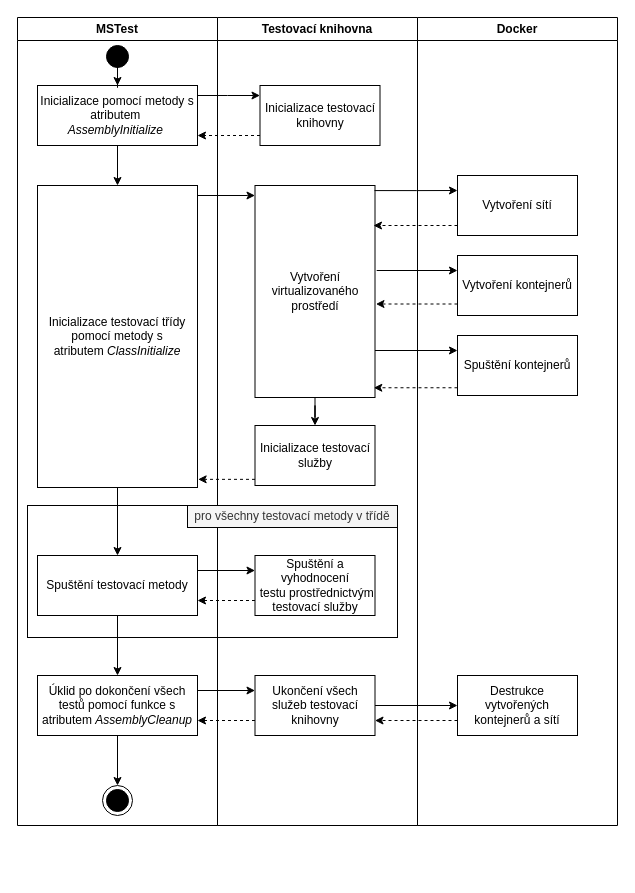
Earlier version of the draw.io diagram assets/img/src/run_stack.drawio (wheeeper/master-thesis). Source tidied: cells renumbered, new cells numbered last; positions are measured from the earlier drawing's top-left corner, leaving out a move shared by most shapes. Both pictures are drawn from the tidied source at 100%, with x=0, y=0 at pixel (17, 17).
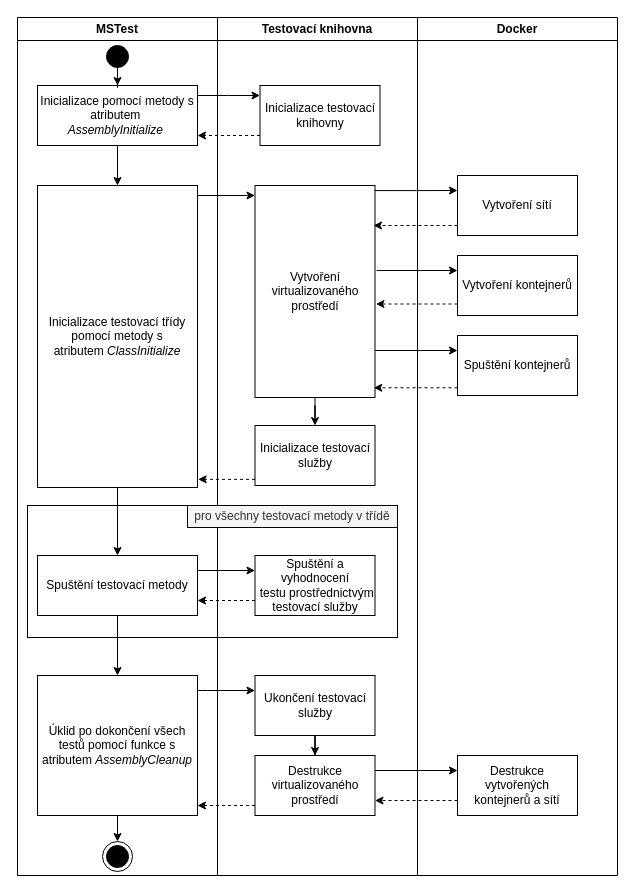
The same page after the edit.

The change refers to these unchanged cells:
```xml
<mxCell id="4" value="Inicializace testovací knihovny" style="rounded=0;whiteSpace=wrap;html=1;" parent="2" vertex="1">
  <mxGeometry x="42.5" y="68" width="120" height="60" as="geometry" />
</mxCell>
<mxCell id="9" value="Spuštění a vyhodnocení&lt;br&gt;&amp;nbsp;testu prostřednictvým testovací služby" style="rounded=0;whiteSpace=wrap;html=1;" parent="2" vertex="1">
  <mxGeometry x="37.5" y="538" width="120" height="60" as="geometry" />
</mxCell>
<mxCell id="12" value="Inicializace pomocí metody s atributem&amp;nbsp;&lt;br&gt;&lt;i&gt;AssemblyInitialize&lt;/i&gt;&amp;nbsp;" style="rounded=0;whiteSpace=wrap;html=1;" parent="10" vertex="1">
  <mxGeometry x="20" y="68" width="160" height="60" as="geometry" />
</mxCell>
<mxCell id="18" value="Spuštění testovací metody" style="rounded=0;whiteSpace=wrap;html=1;" parent="10" vertex="1">
  <mxGeometry x="20" y="538" width="160" height="60" as="geometry" />
</mxCell>
```

The edit, as a diff of the source:
```diff
@@
     <mxCell id="2" value="Testovací knihovna" style="swimlane;whiteSpace=wrap;html=1;" parent="1" vertex="1">
-      <mxGeometry x="200" width="200" height="808" as="geometry" />
+      <mxGeometry x="200" width="200" height="858" as="geometry" />
     </mxCell>
@@
-    <mxCell id="8" value="Ukončení všech služeb testovací knihovny" style="rounded=0;whiteSpace=wrap;html=1;" parent="2" vertex="1">
-      <mxGeometry x="37.5" y="658" width="120" height="60" as="geometry" />
+    <mxCell id="8" value="Destrukce virtualizovaného prostředí" style="rounded=0;whiteSpace=wrap;html=1;" parent="2" vertex="1">
+      <mxGeometry x="37.5" y="738" width="120" height="60" as="geometry" />
     </mxCell>
@@
+    <mxCell id="44" style="edgeStyle=orthogonalEdgeStyle;rounded=0;jettySize=auto;html=1;" parent="2" edge="1" source="45" target="8">
+      <mxGeometry relative="1" as="geometry" />
+    </mxCell>
+    <mxCell id="45" value="Ukončení testovací služby" style="rounded=0;whiteSpace=wrap;html=1;" parent="2" vertex="1">
+      <mxGeometry x="37.5" y="658" width="120" height="60" as="geometry" />
+    </mxCell>
     <mxCell id="10" value="MSTest" style="swimlane;whiteSpace=wrap;html=1;startSize=23;" parent="1" vertex="1">
-      <mxGeometry width="200" height="808" as="geometry" />
+      <mxGeometry width="200" height="858" as="geometry" />
     </mxCell>
@@
     <mxCell id="20" value="Úklid po dokončení všech testů pomocí funkce s atributem&amp;nbsp;&lt;i&gt;AssemblyCleanup&lt;/i&gt;" style="rounded=0;whiteSpace=wrap;html=1;" parent="10" vertex="1">
-      <mxGeometry x="20" y="658" width="160" height="60" as="geometry" />
+      <mxGeometry x="20" y="658" width="160" height="140" as="geometry" />
     </mxCell>
     <mxCell id="21" style="ellipse;html=1;shape=endState;fillColor=#000000;strokeColor=#000000;" parent="10" vertex="1">
-      <mxGeometry x="85" y="768" width="30" height="30" as="geometry" />
+      <mxGeometry x="85" y="824" width="30" height="30" as="geometry" />
     </mxCell>
@@
     <mxCell id="23" value="Docker" style="swimlane;whiteSpace=wrap;html=1;" parent="1" vertex="1">
-      <mxGeometry x="400" width="200" height="808" as="geometry" />
+      <mxGeometry x="400" width="200" height="858" as="geometry" />
     </mxCell>
@@
     <mxCell id="27" value="Destrukce vytvořených kontejnerů a sítí" style="rounded=0;whiteSpace=wrap;html=1;" parent="23" vertex="1">
-      <mxGeometry x="40" y="658" width="120" height="60" as="geometry" />
+      <mxGeometry x="40" y="738" width="120" height="60" as="geometry" />
     </mxCell>
@@
+    <mxCell id="42" style="endArrow=classic;html=1;rounded=0;exitX=1;exitY=0.25;exitDx=0;exitDy=0;entryX=0;entryY=0.25;entryDx=0;entryDy=0;" parent="1" edge="1" source="18" target="9">
+      <mxGeometry relative="1" as="geometry" />
+    </mxCell>
+    <mxCell id="43" style="edgeStyle=orthogonalEdgeStyle;rounded=0;jettySize=auto;html=1;" parent="1" edge="1" source="12" target="4">
+      <mxGeometry relative="1" as="geometry">
+        <Array as="points">
+          <mxPoint x="210" y="78" />
+          <mxPoint x="210" y="78" />
+        </Array>
+      </mxGeometry>
+    </mxCell>
-    <mxCell id="38" style="edgeStyle=orthogonalEdgeStyle;rounded=0;jettySize=auto;html=1;" parent="1" edge="1" source="8" target="27">
-      <mxGeometry relative="1" as="geometry">
-        <Array as="points">
-          <mxPoint x="470" y="668" />
-          <mxPoint x="470" y="668" />
-        </Array>
-      </mxGeometry>
+    <mxCell id="38" style="edgeStyle=orthogonalEdgeStyle;rounded=0;jettySize=auto;html=1;entryX=0;entryY=0.25;entryDx=0;entryDy=0;exitX=1;exitY=0.25;exitDx=0;exitDy=0;" parent="1" edge="1" source="8" target="27">
+      <mxGeometry relative="1" as="geometry" />
     </mxCell>
     <mxCell id="39" style="edgeStyle=orthogonalEdgeStyle;rounded=0;jettySize=auto;html=1;entryX=1;entryY=0.75;entryDx=0;entryDy=0;dashed=1;" parent="1" edge="1" source="27" target="8">
       <mxGeometry relative="1" as="geometry">
         <Array as="points">
-          <mxPoint x="530" y="703" />
-          <mxPoint x="530" y="703" />
+          <mxPoint x="430" y="783" />
+          <mxPoint x="430" y="783" />
         </Array>
       </mxGeometry>
     </mxCell>
-    <mxCell id="40" style="edgeStyle=orthogonalEdgeStyle;rounded=0;jettySize=auto;html=1;entryX=0;entryY=0.25;entryDx=0;entryDy=0;" parent="1" edge="1" source="20" target="8">
-      <mxGeometry relative="1" as="geometry">
-        <Array as="points">
-          <mxPoint x="200" y="673" />
-          <mxPoint x="200" y="673" />
-        </Array>
-      </mxGeometry>
-    </mxCell>
+    <mxCell id="46" style="edgeStyle=orthogonalEdgeStyle;rounded=0;jettySize=auto;html=1;entryX=0;entryY=0.25;entryDx=0;entryDy=0;" parent="1" edge="1" source="20" target="45">
+      <mxGeometry relative="1" as="geometry">
+        <Array as="points">
+          <mxPoint x="190" y="673" />
+          <mxPoint x="190" y="673" />
+        </Array>
+      </mxGeometry>
+    </mxCell>
-    <mxCell id="41" style="edgeStyle=orthogonalEdgeStyle;rounded=0;jettySize=auto;html=1;entryX=1;entryY=0.75;entryDx=0;entryDy=0;dashed=1;" parent="1" edge="1" source="8" target="20">
+    <mxCell id="41" style="edgeStyle=orthogonalEdgeStyle;rounded=0;jettySize=auto;html=1;entryX=1;entryY=0.929;entryDx=0;entryDy=0;entryPerimeter=0;dashed=1;" parent="1" edge="1" source="8" target="20">
       <mxGeometry relative="1" as="geometry">
         <Array as="points">
-          <mxPoint x="260" y="703" />
-          <mxPoint x="260" y="703" />
+          <mxPoint x="230" y="788" />
+          <mxPoint x="230" y="788" />
         </Array>
       </mxGeometry>
     </mxCell>
-    <mxCell id="42" style="endArrow=classic;html=1;rounded=0;exitX=1;exitY=0.25;exitDx=0;exitDy=0;entryX=0;entryY=0.25;entryDx=0;entryDy=0;" parent="1" edge="1" source="18" target="9">
-      <mxGeometry relative="1" as="geometry" />
-    </mxCell>
-    <mxCell id="43" style="edgeStyle=orthogonalEdgeStyle;rounded=0;jettySize=auto;html=1;" parent="1" edge="1" source="12" target="4">
-      <mxGeometry relative="1" as="geometry">
-        <Array as="points">
-          <mxPoint x="210" y="78" />
-          <mxPoint x="210" y="78" />
-        </Array>
-      </mxGeometry>
-    </mxCell>
```
